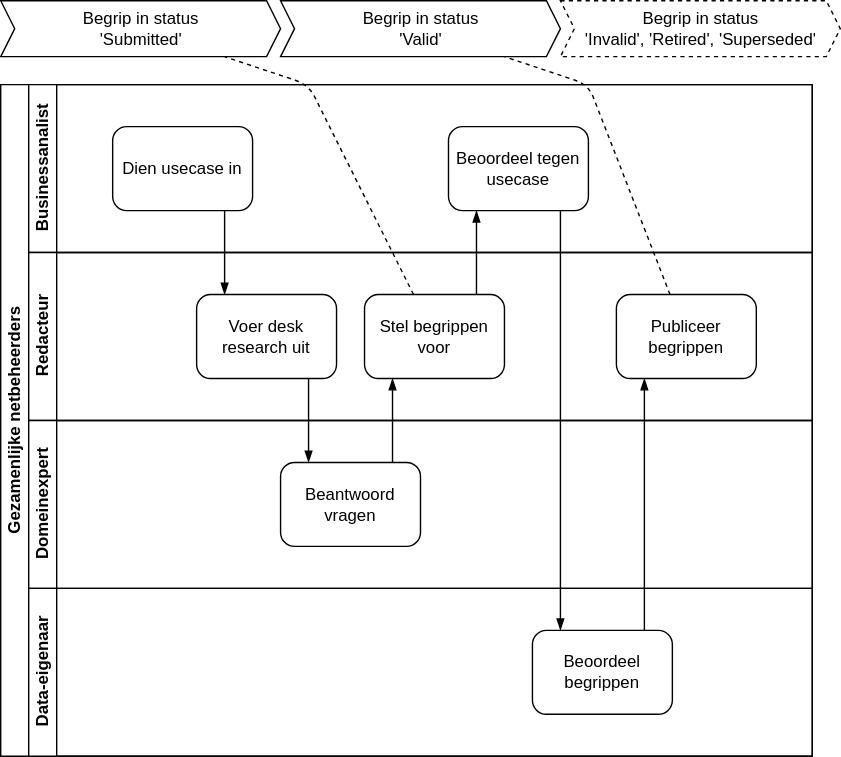
The draw.io diagram docs/assets/images/proces.drawio.svg in Netbeheer-Nederland/begrippen.netbeheernederland.nl, before a commit. Source tidied: cells renumbered, new cells last; positions are measured from the earlier drawing's top-left corner, leaving out a move shared by most shapes.
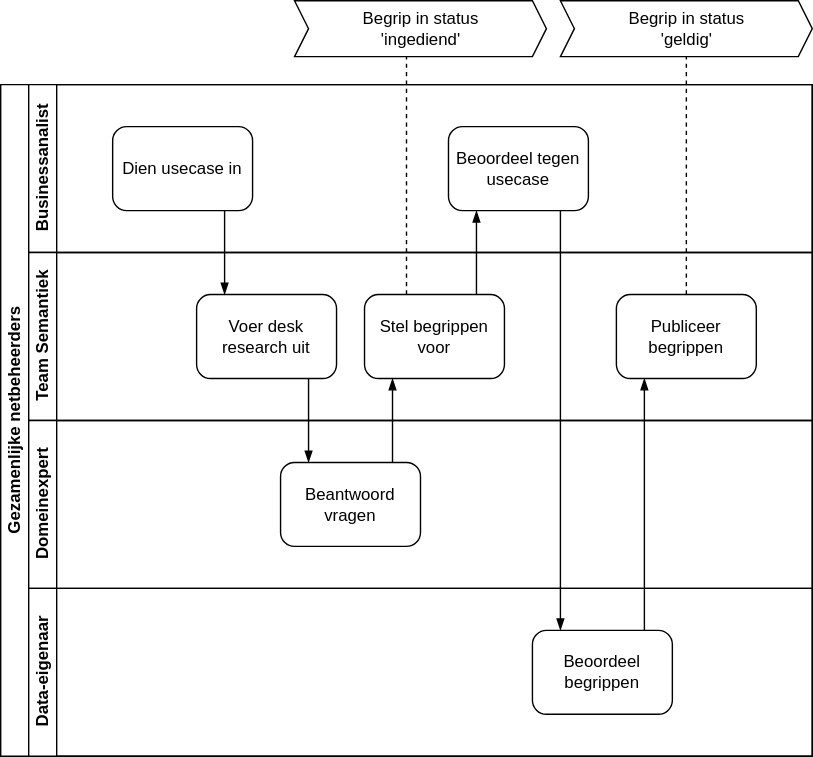
The same file after the commit.

What changed in the source:
```diff
@@ -2,17 +2,13 @@
   <root>
     <mxCell id="0" />
     <mxCell id="1" parent="0" />
-    <mxCell id="2" style="endArrow=none;dashed=1;html=1;" parent="1" edge="1" source="11" target="23">
-      <mxGeometry relative="1" as="geometry">
-        <Array as="points">
-          <mxPoint x="420" y="60" />
-        </Array>
-      </mxGeometry>
+    <mxCell id="2" style="endArrow=none;dashed=1;html=1;edgeStyle=elbowEdgeStyle;" parent="1" edge="1" source="11" target="23">
+      <mxGeometry relative="1" as="geometry" />
     </mxCell>
-    <mxCell id="3" style="endArrow=none;dashed=1;html=1;" parent="1" edge="1" source="10" target="22">
+    <mxCell id="3" style="endArrow=none;dashed=1;html=1;edgeStyle=elbowEdgeStyle;" parent="1" edge="1" source="10" target="22">
       <mxGeometry relative="1" as="geometry">
         <Array as="points">
-          <mxPoint x="220" y="60" />
+          <mxPoint x="290" y="125" />
         </Array>
       </mxGeometry>
     </mxCell>
@@ -28,7 +24,7 @@
     <mxCell id="7" value="Beoordeel tegen usecase" style="points=[[0.25,0,0],[0.5,0,0],[0.75,0,0],[1,0.25,0],[1,0.5,0],[1,0.75,0],[0.75,1,0],[0.5,1,0],[0.25,1,0],[0,0.75,0],[0,0.5,0],[0,0.25,0]];shape=mxgraph.bpmn.task;whiteSpace=wrap;rectStyle=rounded;size=10;html=1;taskMarker=abstract;spacing=5;" parent="5" vertex="1">
       <mxGeometry x="300" y="30" width="100" height="60" as="geometry" />
     </mxCell>
-    <mxCell id="8" value="Redacteur" style="swimlane;html=1;startSize=20;horizontal=0;" parent="4" vertex="1">
+    <mxCell id="8" value="Team Semantiek" style="swimlane;html=1;startSize=20;horizontal=0;" parent="4" vertex="1">
       <mxGeometry x="20" y="120" width="560" height="120" as="geometry" />
     </mxCell>
     <mxCell id="9" value="Voer desk research uit" style="points=[[0.25,0,0],[0.5,0,0],[0.75,0,0],[1,0.25,0],[1,0.5,0],[1,0.75,0],[0.75,1,0],[0.5,1,0],[0.25,1,0],[0,0.75,0],[0,0.5,0],[0,0.25,0]];shape=mxgraph.bpmn.task;whiteSpace=wrap;rectStyle=rounded;size=10;html=1;taskMarker=abstract;spacing=5;" parent="8" vertex="1">
@@ -70,14 +66,11 @@
     <mxCell id="21" style="edgeStyle=elbowEdgeStyle;fontSize=12;html=1;endArrow=blockThin;endFill=1;" parent="4" edge="1" source="15" target="11">
       <mxGeometry relative="1" as="geometry" />
     </mxCell>
-    <mxCell id="22" value="Begrip in status&lt;div&gt;'Submitted'&lt;/div&gt;" style="html=1;shadow=0;dashed=0;align=center;verticalAlign=middle;shape=mxgraph.arrows2.arrow;dy=0;dx=10;notch=10;" parent="1" vertex="1">
-      <mxGeometry width="200" height="40" as="geometry" />
+    <mxCell id="22" value="Begrip in status&lt;div&gt;'ingediend'&lt;/div&gt;" style="html=1;shadow=0;dashed=0;align=center;verticalAlign=middle;shape=mxgraph.arrows2.arrow;dy=0;dx=10;notch=10;" parent="1" vertex="1">
+      <mxGeometry x="210" width="180" height="40" as="geometry" />
     </mxCell>
-    <mxCell id="23" value="Begrip in status&lt;div&gt;'Valid'&lt;/div&gt;" style="html=1;shadow=0;dashed=0;align=center;verticalAlign=middle;shape=mxgraph.arrows2.arrow;dy=0;dx=10;notch=10;" parent="1" vertex="1">
-      <mxGeometry x="200" width="200" height="40" as="geometry" />
+    <mxCell id="23" value="Begrip in status&lt;div&gt;'geldig'&lt;/div&gt;" style="html=1;shadow=0;dashed=0;align=center;verticalAlign=middle;shape=mxgraph.arrows2.arrow;dy=0;dx=10;notch=10;" parent="1" vertex="1">
+      <mxGeometry x="400" width="180" height="40" as="geometry" />
     </mxCell>
-    <mxCell id="24" value="Begrip in status&lt;div&gt;'Invalid', 'Retired', 'Superseded'&lt;/div&gt;" style="html=1;shadow=0;dashed=1;align=center;verticalAlign=middle;shape=mxgraph.arrows2.arrow;dy=0;dx=10;notch=10;" parent="1" vertex="1">
-      <mxGeometry x="400" width="200" height="40" as="geometry" />
-    </mxCell>
   </root>
 </mxGraphModel>
```
